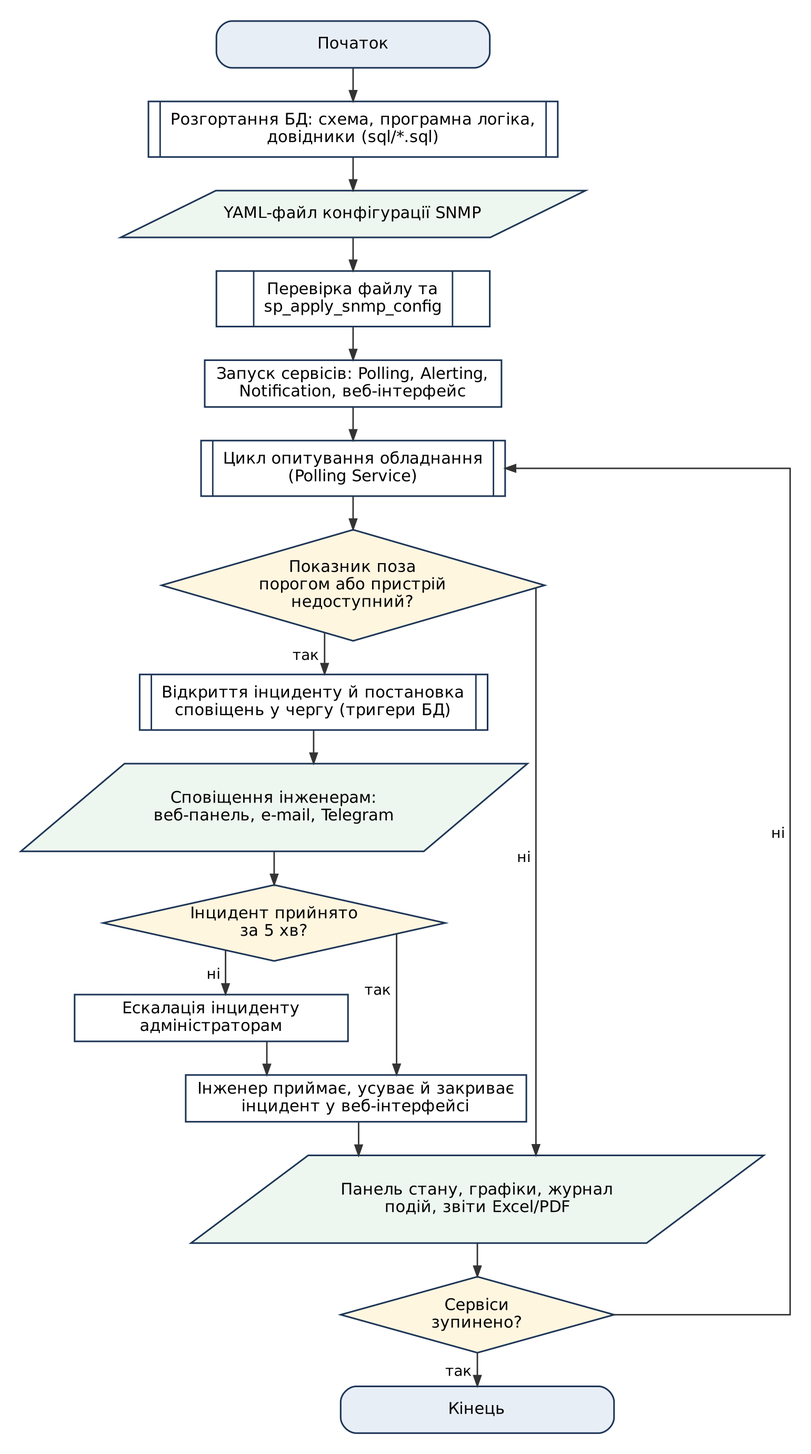
The Graphviz diagram docs/diagrams/flow_01_general.png in KrutoiPatsan13/laba1, before a commit. Its source is kept beside it as docs/diagrams/src/flow_01_general.dot.
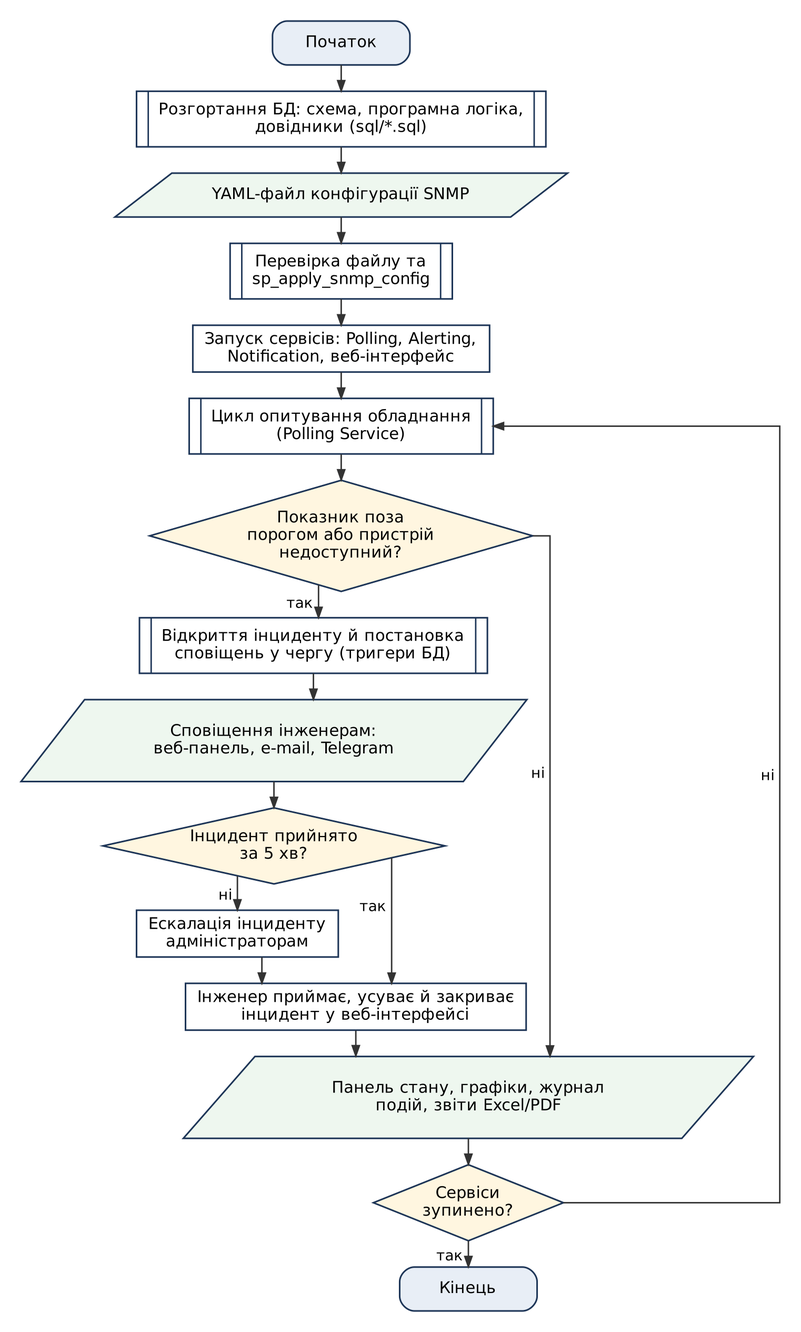
After the change.

The edit, as a diff of the source:
```diff
@@ -1,20 +1,20 @@
 digraph flow_01_general {
-  graph [rankdir=TB, splines=ortho, nodesep=0.45, ranksep=0.32, fontname="DejaVu Sans", pad=0.2, forcelabels=true];
-  node [fontname="DejaVu Sans", fontsize=11, width=2.6, height=0.45, color="#1d3557", penwidth=1.1];
+  graph [rankdir=TB, splines=ortho, nodesep=0.35, ranksep=0.25, fontname="DejaVu Sans", pad=0.2, forcelabels=true];
+  node [fontname="DejaVu Sans", fontsize=11, width=1.3, height=0.42, color="#1d3557", penwidth=1.1];
   edge [fontname="DejaVu Sans", fontsize=10, color="#333333", arrowsize=0.7];
   n1 [shape=box, style="rounded,filled", fillcolor="#e8eef6", label=<Початок>, margin="0.25,0.06"];
   n2 [shape=box, margin=0, label=<<TABLE BORDER="0" CELLBORDER="0" CELLSPACING="0" CELLPADDING="0"><TR><TD WIDTH="8" BORDER="1" SIDES="R"></TD><TD CELLPADDING="7">Розгортання БД: схема, програмна логіка,<BR/>довідники (sql/*.sql)</TD><TD WIDTH="8" BORDER="1" SIDES="L"></TD></TR></TABLE>>];
-  n3 [shape=parallelogram, style=filled, fillcolor="#eef7ef", label=<YAML-файл конфігурації SNMP>, margin="0.02,0.04"];
+  n3 [shape=polygon, sides=4, skew=0.3, style=filled, fillcolor="#eef7ef", label=<YAML-файл конфігурації SNMP>, margin="0.06,0.03"];
   n4 [shape=box, margin=0, label=<<TABLE BORDER="0" CELLBORDER="0" CELLSPACING="0" CELLPADDING="0"><TR><TD WIDTH="8" BORDER="1" SIDES="R"></TD><TD CELLPADDING="7">Перевірка файлу та<BR/>sp_apply_snmp_config</TD><TD WIDTH="8" BORDER="1" SIDES="L"></TD></TR></TABLE>>];
   n5 [shape=box, label=<Запуск сервісів: Polling, Alerting,<BR/>Notification, веб-інтерфейс>];
   n6 [shape=box, margin=0, label=<<TABLE BORDER="0" CELLBORDER="0" CELLSPACING="0" CELLPADDING="0"><TR><TD WIDTH="8" BORDER="1" SIDES="R"></TD><TD CELLPADDING="7">Цикл опитування обладнання<BR/>(Polling Service)</TD><TD WIDTH="8" BORDER="1" SIDES="L"></TD></TR></TABLE>>];
   n7 [shape=diamond, style=filled, fillcolor="#fff6e0", label=<Показник поза<BR/>порогом або пристрій<BR/>недоступний?>, margin="0.02,0.02"];
   n8 [shape=box, margin=0, label=<<TABLE BORDER="0" CELLBORDER="0" CELLSPACING="0" CELLPADDING="0"><TR><TD WIDTH="8" BORDER="1" SIDES="R"></TD><TD CELLPADDING="7">Відкриття інциденту й постановка<BR/>сповіщень у чергу (тригери БД)</TD><TD WIDTH="8" BORDER="1" SIDES="L"></TD></TR></TABLE>>];
-  n9 [shape=parallelogram, style=filled, fillcolor="#eef7ef", label=<Сповіщення інженерам:<BR/>веб-панель, e-mail, Telegram>, margin="0.02,0.04"];
+  n9 [shape=polygon, sides=4, skew=0.3, style=filled, fillcolor="#eef7ef", label=<Сповіщення інженерам:<BR/>веб-панель, e-mail, Telegram>, margin="0.06,0.03"];
   n10 [shape=diamond, style=filled, fillcolor="#fff6e0", label=<Інцидент прийнято<BR/>за 5 хв?>, margin="0.02,0.02"];
   n11 [shape=box, label=<Ескалація інциденту<BR/>адміністраторам>];
   n12 [shape=box, label=<Інженер приймає, усуває й закриває<BR/>інцидент у веб-інтерфейсі>];
-  n13 [shape=parallelogram, style=filled, fillcolor="#eef7ef", label=<Панель стану, графіки, журнал<BR/>подій, звіти Excel/PDF>, margin="0.02,0.04"];
+  n13 [shape=polygon, sides=4, skew=0.3, style=filled, fillcolor="#eef7ef", label=<Панель стану, графіки, журнал<BR/>подій, звіти Excel/PDF>, margin="0.06,0.03"];
   n14 [shape=diamond, style=filled, fillcolor="#fff6e0", label=<Сервіси<BR/>зупинено?>, margin="0.02,0.02"];
   n15 [shape=box, style="rounded,filled", fillcolor="#e8eef6", label=<Кінець>, margin="0.25,0.06"];
   n1 -> n2;
```
